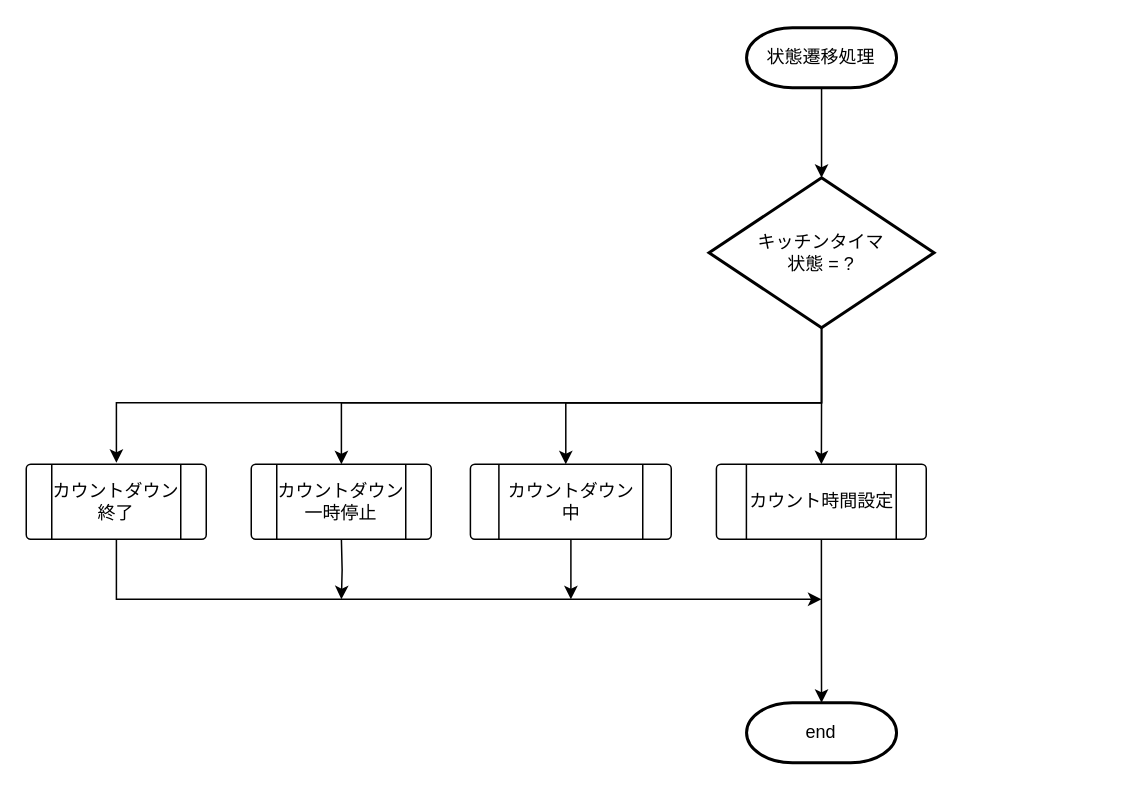
This is page "状態遷移処理" (1 of 6) of 資料/設計/フローチャート/CountClass/flowchart_CountClass_v0.2.drawio from hakohumi/comp.Kitchen_Timer, a draw.io file, before an edit. Source tidied: cells renumbered, new cells numbered last; positions are measured from the earlier drawing's top-left corner, leaving out a move shared by most shapes. Both pictures are drawn from the tidied source at 150%, with x=0, y=0 at pixel (26, 27).
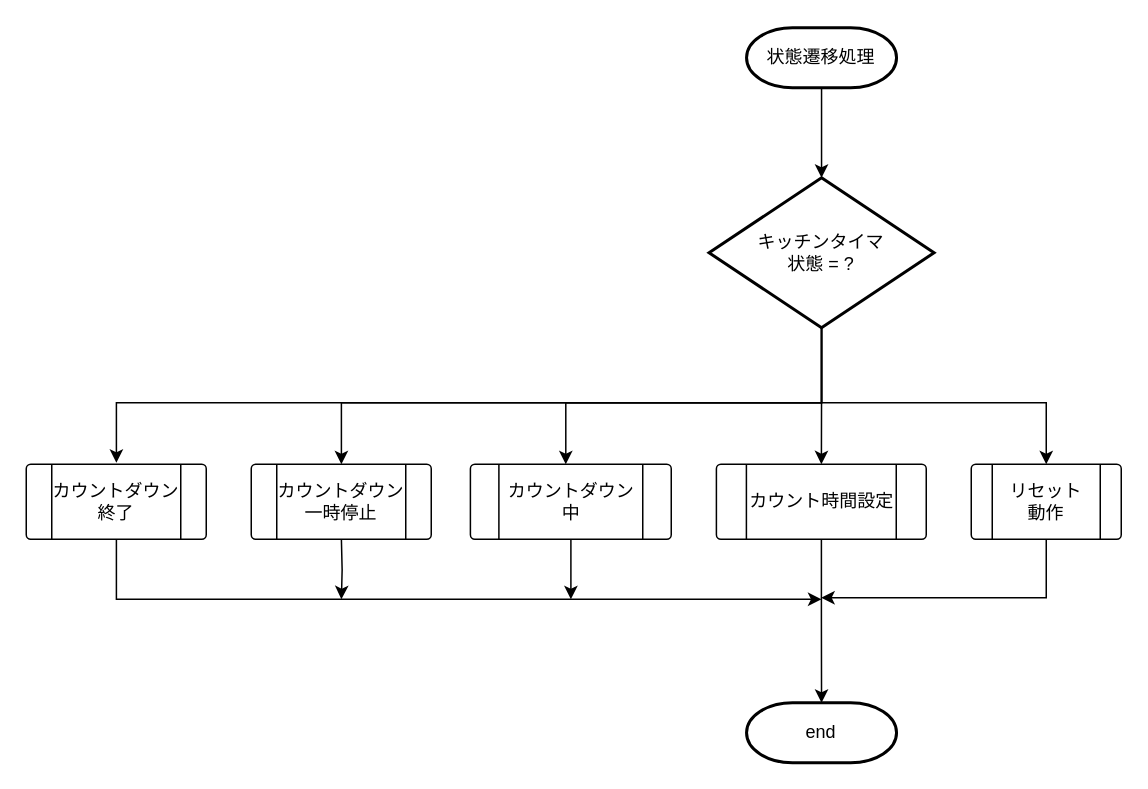
The same page after the edit.

Unchanged cells that the change refers to:
```xml
<mxCell id="6" value="キッチンタイマ&lt;br&gt;状態 = ?" style="strokeWidth=2;html=1;shape=mxgraph.flowchart.decision;whiteSpace=wrap;" parent="1" vertex="1">
  <mxGeometry x="455.2" y="100" width="150" height="100" as="geometry" />
</mxCell>
```

What changed in the source:
```diff
@@
+    <mxCell id="18" style="edgeStyle=orthogonalEdgeStyle;rounded=0;jettySize=auto;html=1;" parent="1" edge="1" source="6" target="20">
+      <mxGeometry relative="1" as="geometry">
+        <Array as="points">
+          <mxPoint x="530" y="250" />
+          <mxPoint x="680" y="250" />
+        </Array>
+      </mxGeometry>
+    </mxCell>
@@
+    <mxCell id="19" style="edgeStyle=orthogonalEdgeStyle;rounded=0;jettySize=auto;html=1;" parent="1" edge="1" source="20">
+      <mxGeometry relative="1" as="geometry">
+        <mxPoint x="530" y="380" as="targetPoint" />
+        <Array as="points">
+          <mxPoint x="680" y="380" />
+        </Array>
+      </mxGeometry>
+    </mxCell>
+    <mxCell id="20" value="リセット&lt;br&gt;動作" style="verticalLabelPosition=middle;verticalAlign=middle;html=1;shape=process;whiteSpace=wrap;rounded=1;size=0.14;arcSize=6;labelPosition=center;align=center;" parent="1" vertex="1">
+      <mxGeometry x="630" y="291" width="100" height="50" as="geometry" />
+    </mxCell>
```
